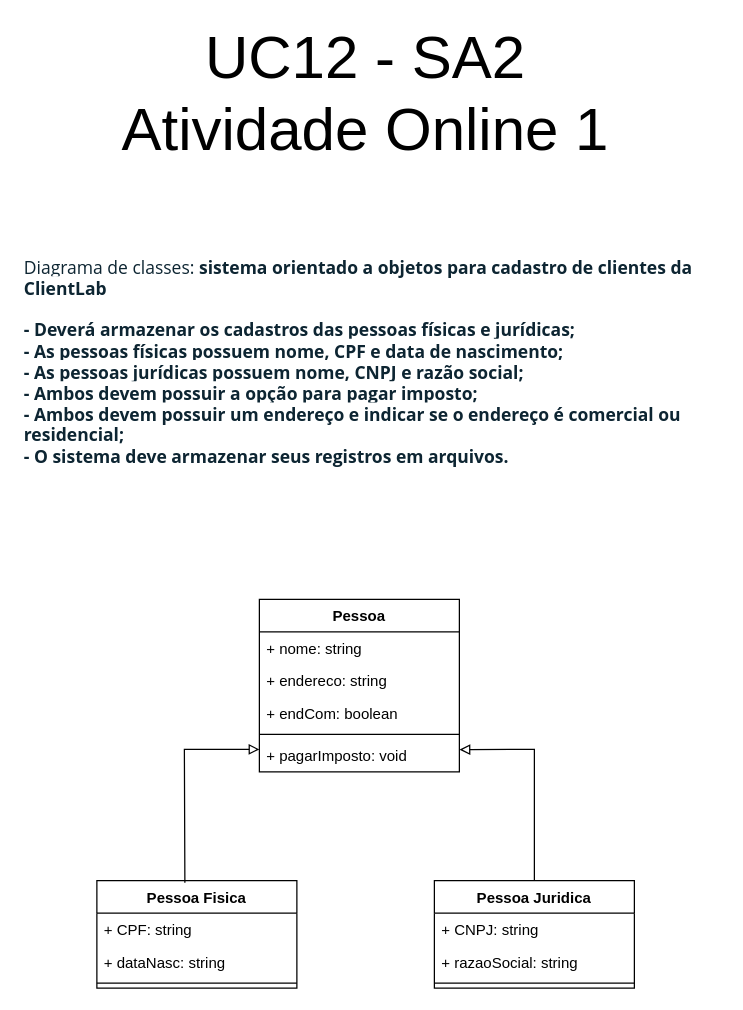
Above: SA2/Atividade online 1/Atividade online 1.drawio in welingtonvb/uc12 (draw.io), before the change. Source tidied: cells renumbered, new cells numbered last; positions are measured from the earlier drawing's top-left corner, leaving out a move shared by most shapes. Both pictures are drawn from the tidied source at 125%, with x=0, y=0 at pixel (21, 74).
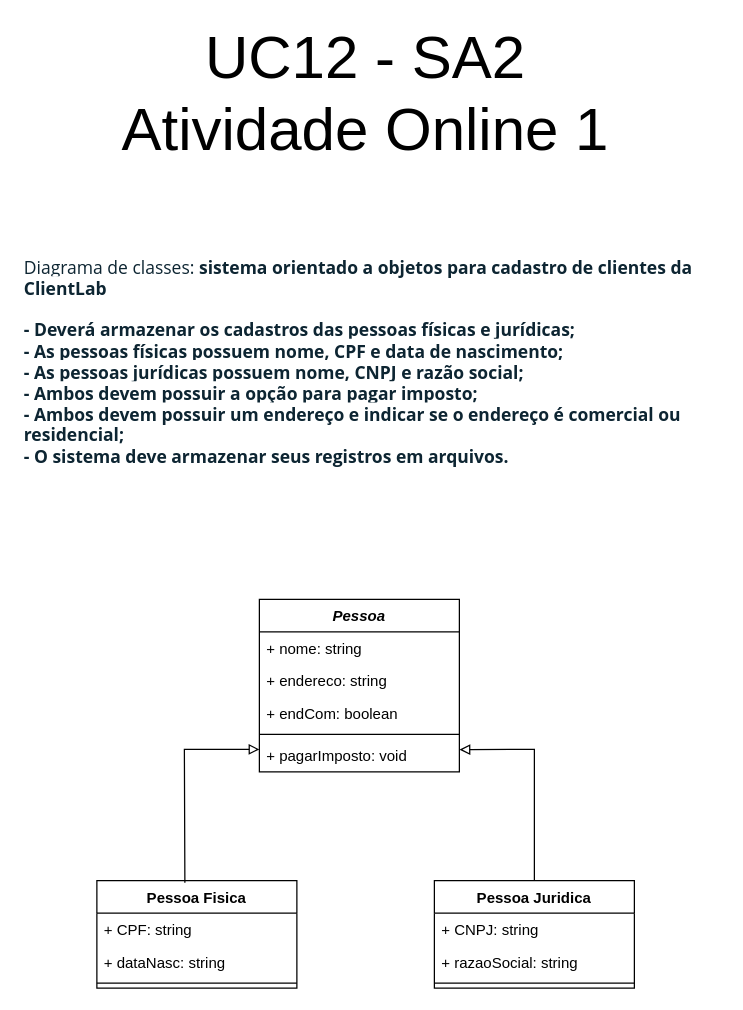
The same diagram, later.

Change to the diagram source:
```diff
@@
-    <mxCell id="2" value="Pessoa" style="swimlane;fontStyle=1;align=center;verticalAlign=top;horizontal=1;startSize=26;" parent="1" vertex="1">
+    <mxCell id="2" value="Pessoa" style="swimlane;fontStyle=3;align=center;verticalAlign=top;horizontal=1;startSize=26;" parent="1" vertex="1">
       <mxGeometry x="190" y="420" width="160" height="138" as="geometry" />
     </mxCell>
```
